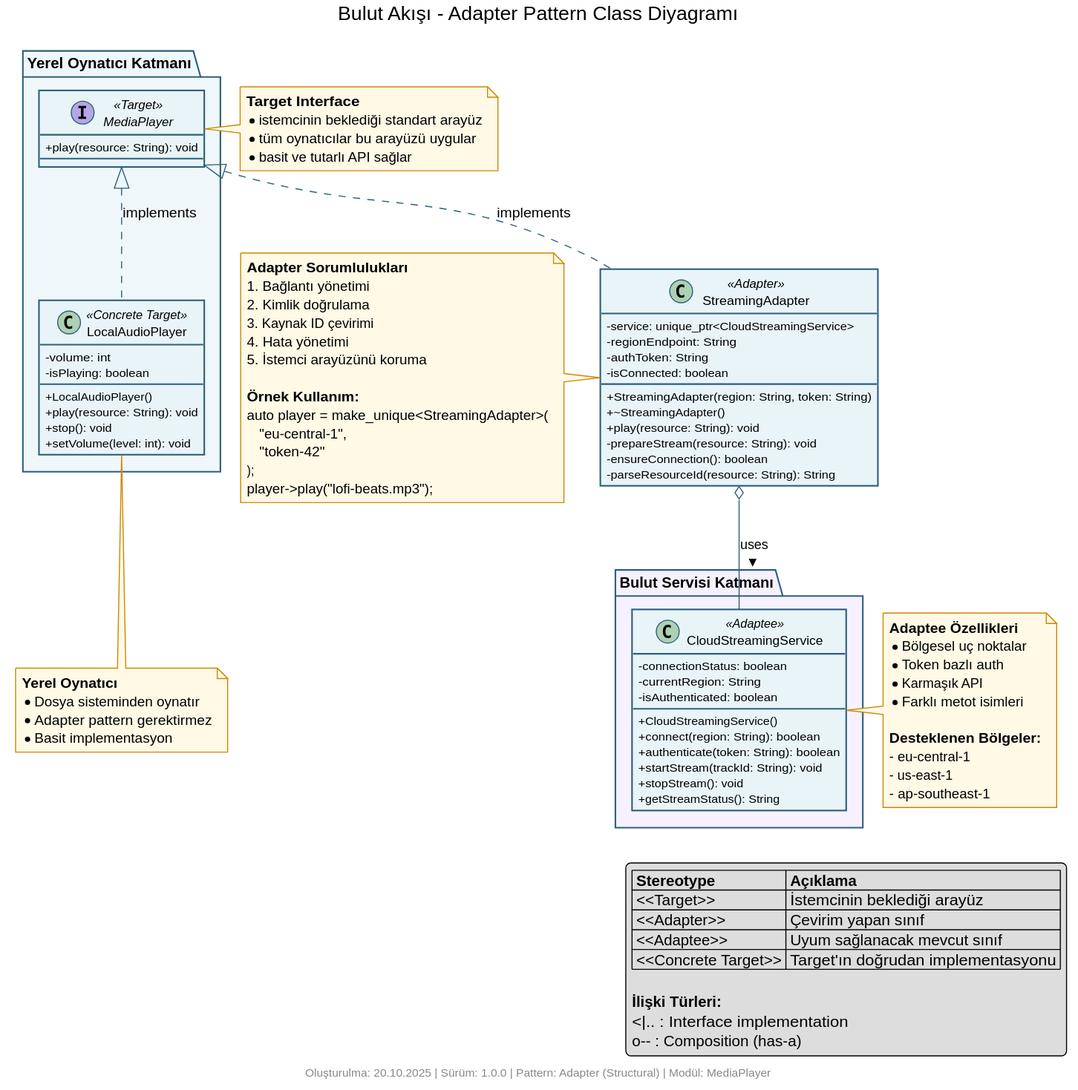
This is structural/adapter/cloud_streaming/diagram.svg from kaayra2000/tasarim_kaliplari, a PlantUML export, as it was before one commit.
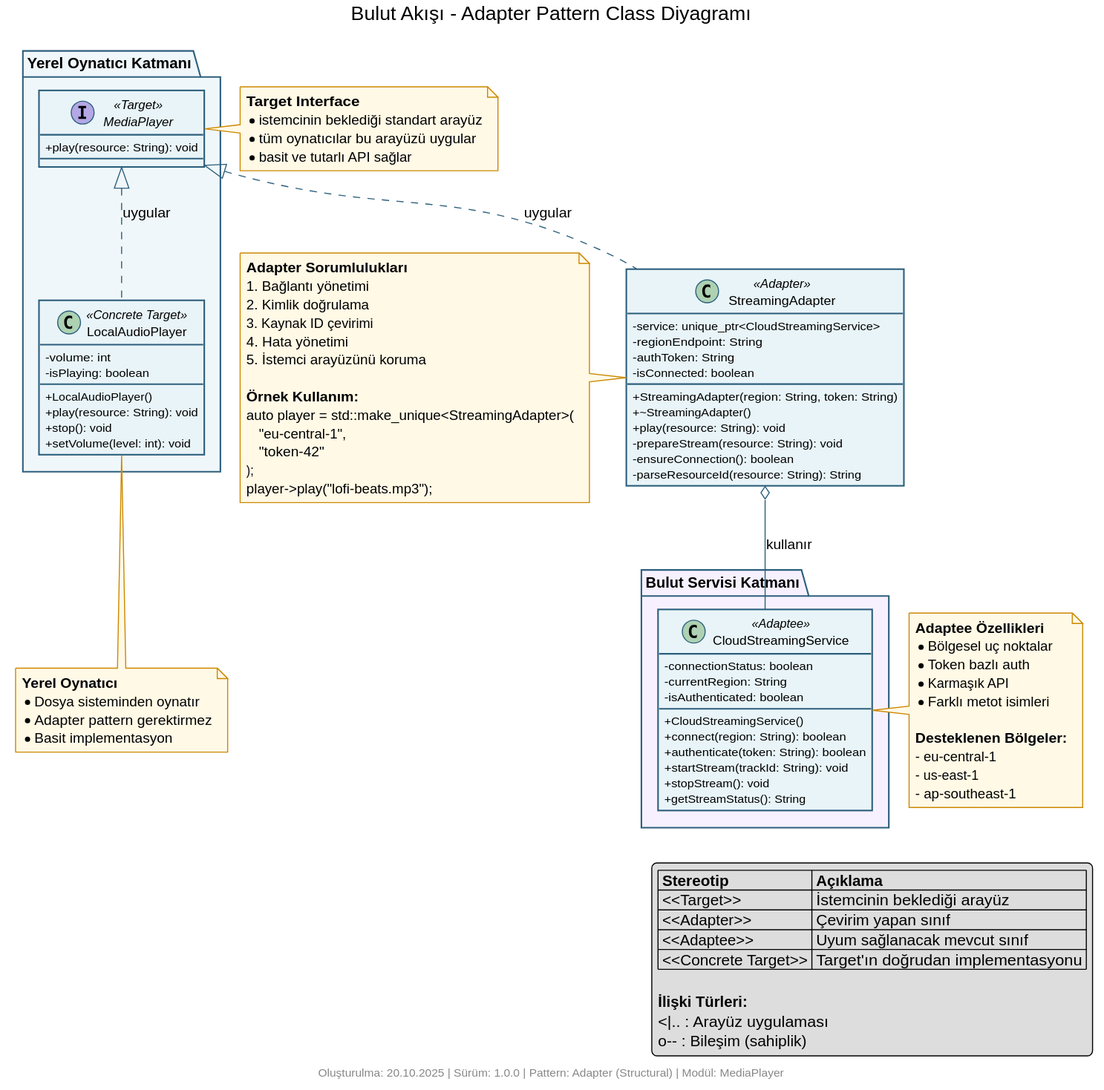
Above is the later version.

What changed in the source:
```diff
@@ -75,9 +75,9 @@
 }
 
 
-MediaPlayer <|.. LocalAudioPlayer : implements
-MediaPlayer <|.. StreamingAdapter : implements
-StreamingAdapter o-- CloudStreamingService : uses >
+MediaPlayer <|.. LocalAudioPlayer : uygular
+MediaPlayer <|.. StreamingAdapter : uygular
+StreamingAdapter o-- CloudStreamingService : kullanır
 
 note right of MediaPlayer
   **Target Interface**
@@ -95,7 +95,7 @@
   5. İstemci arayüzünü koruma
 
   **Örnek Kullanım:**
-  auto player = make_unique<StreamingAdapter>(
+  auto player = std::make_unique<StreamingAdapter>(
       "eu-central-1",
       "token-42"
   );
@@ -123,15 +123,15 @@
 end note
 
 legend right
-  |= Stereotype |= Açıklama |
+  |= Stereotip |= Açıklama |
   | <<Target>> | İstemcinin beklediği arayüz |
   | <<Adapter>> | Çevirim yapan sınıf |
   | <<Adaptee>> | Uyum sağlanacak mevcut sınıf |
   | <<Concrete Target>> | Target'ın doğrudan implementasyonu |
 
   **İlişki Türleri:**
-  <|.. : Interface implementation
-  o-- : Composition (has-a)
+  <|.. : Arayüz uygulaması
+  o-- : Bileşim (sahiplik)
 endlegend
 
 footer Oluşturulma: 20.10.2025 | Sürüm: 1.0.0 | Pattern: Adapter (Structural) | Modül: MediaPlayer
```
